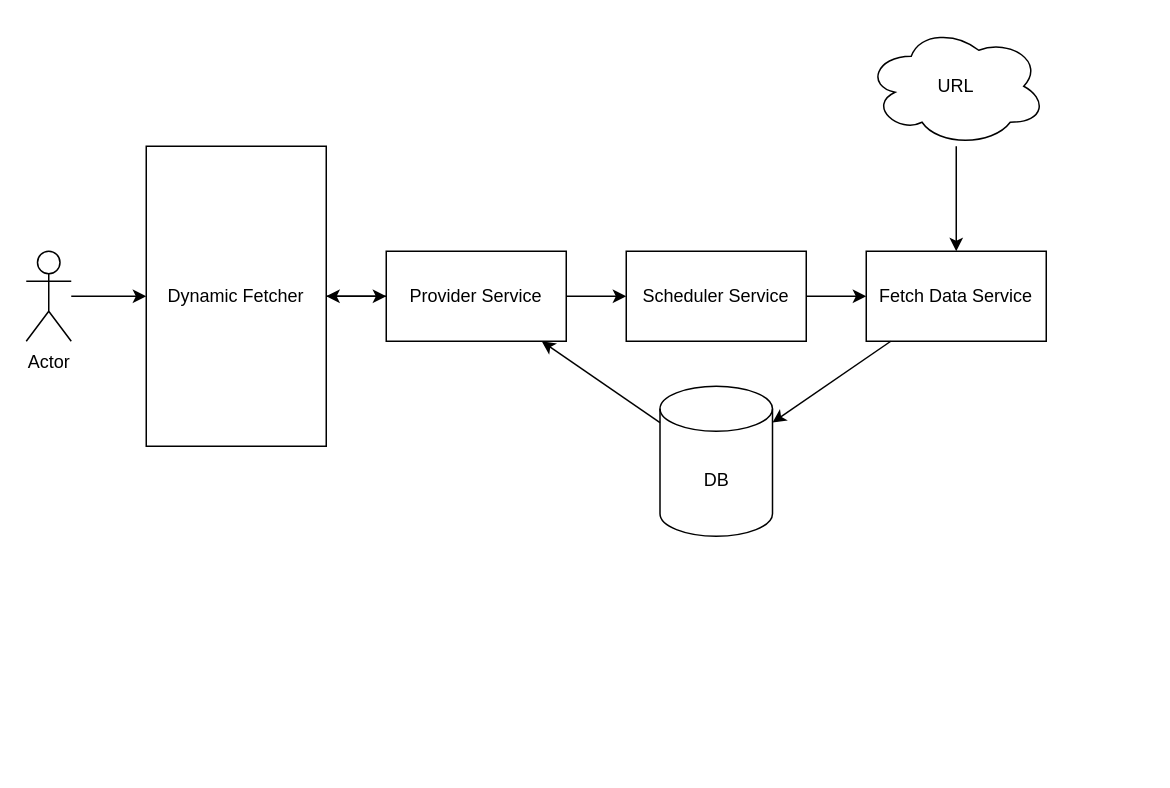
Before: page "Dynamic-fetcher" (2 of 3) of docs/ER_Diagram_fetcher.drawio in AGU-Data-System/Dynamic-Fetching-Scheduler, a draw.io diagram. Source tidied: cells renumbered, new cells numbered last; positions are measured from the earlier drawing's top-left corner, leaving out a move shared by most shapes. Both pictures are drawn from the tidied source at 150%, with x=0, y=0 at pixel (26, 26).
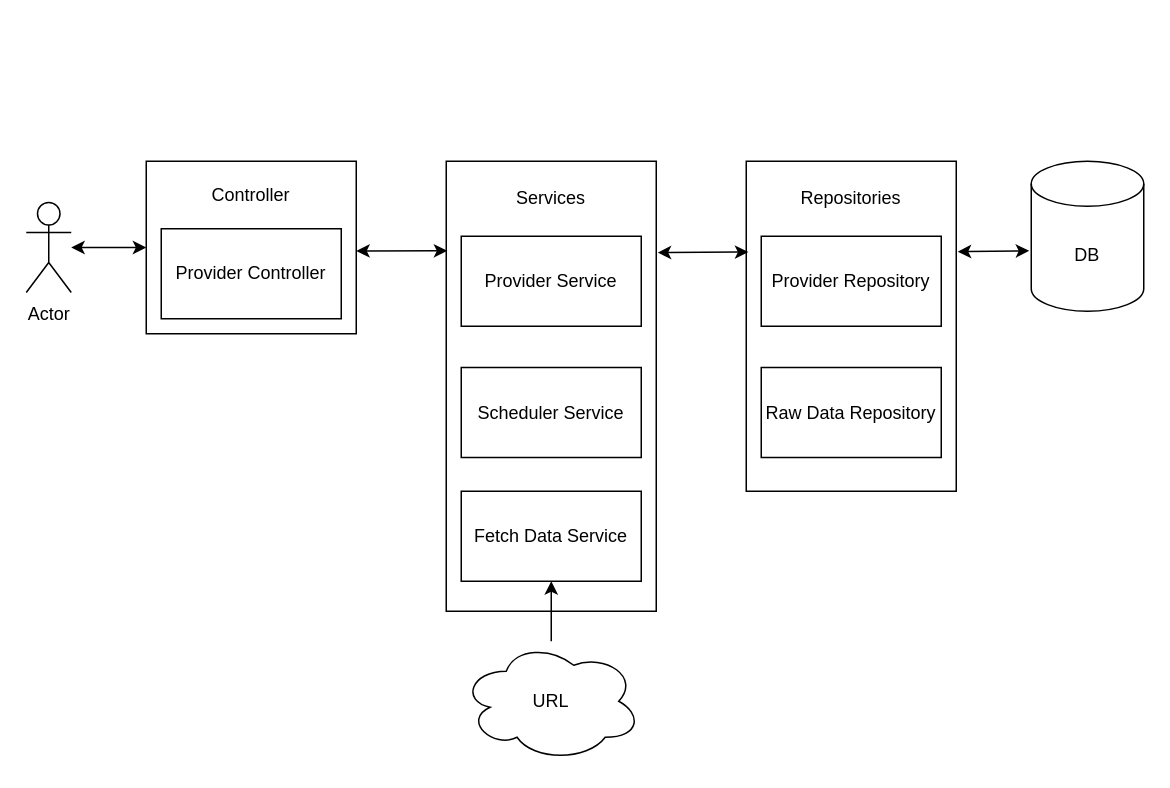
The same diagram, later.

The edit, as a diff of the source:
```diff
@@
+    <mxCell id="17" style="rounded=0;whiteSpace=wrap;html=1;" parent="1" vertex="1">
+      <mxGeometry x="280" y="90" width="140" height="300" as="geometry" />
+    </mxCell>
     <mxCell id="2" value="Actor" style="shape=umlActor;verticalLabelPosition=bottom;verticalAlign=top;html=1;outlineConnect=0;" parent="1" vertex="1">
-      <mxGeometry y="150" width="30" height="60" as="geometry" />
+      <mxGeometry y="117.5" width="30" height="60" as="geometry" />
     </mxCell>
-    <mxCell id="3" value="Dynamic Fetcher" style="rounded=0;whiteSpace=wrap;html=1;" parent="1" vertex="1">
-      <mxGeometry x="80" y="80" width="120" height="200" as="geometry" />
+    <mxCell id="3" style="rounded=0;whiteSpace=wrap;html=1;" parent="1" vertex="1">
+      <mxGeometry x="80" y="90" width="140" height="115" as="geometry" />
     </mxCell>
     <mxCell id="4" value="Provider Service" style="rounded=0;whiteSpace=wrap;html=1;" parent="1" vertex="1">
-      <mxGeometry x="240" y="150" width="120" height="60" as="geometry" />
+      <mxGeometry x="290" y="140" width="120" height="60" as="geometry" />
     </mxCell>
     <mxCell id="5" value="Scheduler Service" style="rounded=0;whiteSpace=wrap;html=1;" parent="1" vertex="1">
-      <mxGeometry x="400" y="150" width="120" height="60" as="geometry" />
+      <mxGeometry x="290" y="227.5" width="120" height="60" as="geometry" />
     </mxCell>
     <mxCell id="6" value="Fetch Data Service" style="rounded=0;whiteSpace=wrap;html=1;" parent="1" vertex="1">
-      <mxGeometry x="560" y="150" width="120" height="60" as="geometry" />
+      <mxGeometry x="290" y="310" width="120" height="60" as="geometry" />
     </mxCell>
     <mxCell id="7" value="DB" style="shape=cylinder3;whiteSpace=wrap;html=1;boundedLbl=1;backgroundOutline=1;size=15;" parent="1" vertex="1">
-      <mxGeometry x="422.5" y="240" width="75" height="100" as="geometry" />
+      <mxGeometry x="670" y="90" width="75" height="100" as="geometry" />
     </mxCell>
     <mxCell id="8" value="URL" style="ellipse;shape=cloud;whiteSpace=wrap;html=1;" parent="1" vertex="1">
-      <mxGeometry x="560" width="120" height="80" as="geometry" />
+      <mxGeometry x="290" y="410" width="120" height="80" as="geometry" />
     </mxCell>
-    <mxCell id="9" style="endArrow=classic;html=1;rounded=0;" parent="1" edge="1" source="2" target="3">
-      <mxGeometry relative="1" as="geometry" />
-    </mxCell>
-    <mxCell id="10" style="endArrow=classic;html=1;rounded=0;" parent="1" edge="1" source="3" target="4">
-      <mxGeometry relative="1" as="geometry" />
-    </mxCell>
-    <mxCell id="11" style="endArrow=classic;html=1;rounded=0;" parent="1" edge="1" source="4" target="5">
-      <mxGeometry relative="1" as="geometry" />
-    </mxCell>
-    <mxCell id="12" style="endArrow=classic;html=1;rounded=0;" parent="1" edge="1" source="5" target="6">
-      <mxGeometry relative="1" as="geometry" />
-    </mxCell>
-    <mxCell id="13" style="endArrow=classic;html=1;rounded=0;" parent="1" edge="1" source="6" target="7">
-      <mxGeometry relative="1" as="geometry" />
-    </mxCell>
@@
-    <mxCell id="15" style="endArrow=classic;html=1;rounded=0;" parent="1" edge="1" source="7" target="4">
-      <mxGeometry relative="1" as="geometry" />
-    </mxCell>
-    <mxCell id="16" style="endArrow=classic;html=1;rounded=0;" parent="1" edge="1" source="4" target="3">
-      <mxGeometry relative="1" as="geometry" />
-    </mxCell>
+    <mxCell id="18" value="Provider Controller" style="rounded=0;whiteSpace=wrap;html=1;" parent="1" vertex="1">
+      <mxGeometry x="90" y="135" width="120" height="60" as="geometry" />
+    </mxCell>
+    <mxCell id="19" value="Controller" style="text;html=1;strokeColor=none;fillColor=none;align=center;verticalAlign=middle;whiteSpace=wrap;rounded=0;" parent="1" vertex="1">
+      <mxGeometry x="120" y="97.5" width="60" height="30" as="geometry" />
+    </mxCell>
+    <mxCell id="20" value="Services" style="text;html=1;strokeColor=none;fillColor=none;align=center;verticalAlign=middle;whiteSpace=wrap;rounded=0;" parent="1" vertex="1">
+      <mxGeometry x="320" y="100" width="60" height="30" as="geometry" />
+    </mxCell>
+    <mxCell id="21" style="endArrow=classic;startArrow=classic;html=1;rounded=0;exitX=0.005;exitY=0.199;exitDx=0;exitDy=0;exitPerimeter=0;entryX=1;entryY=0.52;entryDx=0;entryDy=0;entryPerimeter=0;" parent="1" edge="1" source="17" target="3">
+      <mxGeometry relative="1" as="geometry" />
+    </mxCell>
+    <mxCell id="22" style="endArrow=classic;startArrow=classic;html=1;rounded=0;" parent="1" edge="1" source="3" target="2">
+      <mxGeometry relative="1" as="geometry" />
+    </mxCell>
+    <mxCell id="23" style="rounded=0;whiteSpace=wrap;html=1;" parent="1" vertex="1">
+      <mxGeometry x="480" y="90" width="140" height="220" as="geometry" />
+    </mxCell>
+    <mxCell id="24" value="Provider Repository" style="rounded=0;whiteSpace=wrap;html=1;" parent="1" vertex="1">
+      <mxGeometry x="490" y="140" width="120" height="60" as="geometry" />
+    </mxCell>
+    <mxCell id="25" value="Raw Data Repository" style="rounded=0;whiteSpace=wrap;html=1;" parent="1" vertex="1">
+      <mxGeometry x="490" y="227.5" width="120" height="60" as="geometry" />
+    </mxCell>
+    <mxCell id="26" value="Repositories" style="text;html=1;strokeColor=none;fillColor=none;align=center;verticalAlign=middle;whiteSpace=wrap;rounded=0;" parent="1" vertex="1">
+      <mxGeometry x="520" y="100" width="60" height="30" as="geometry" />
+    </mxCell>
+    <mxCell id="27" style="endArrow=classic;startArrow=classic;html=1;rounded=0;entryX=0.01;entryY=0.275;entryDx=0;entryDy=0;entryPerimeter=0;exitX=1.007;exitY=0.203;exitDx=0;exitDy=0;exitPerimeter=0;" parent="1" edge="1" source="17" target="23">
+      <mxGeometry relative="1" as="geometry" />
+    </mxCell>
+    <mxCell id="28" style="endArrow=classic;startArrow=classic;html=1;rounded=0;entryX=-0.018;entryY=0.597;entryDx=0;entryDy=0;entryPerimeter=0;exitX=1.007;exitY=0.274;exitDx=0;exitDy=0;exitPerimeter=0;" parent="1" edge="1" source="23" target="7">
+      <mxGeometry relative="1" as="geometry" />
+    </mxCell>
```
